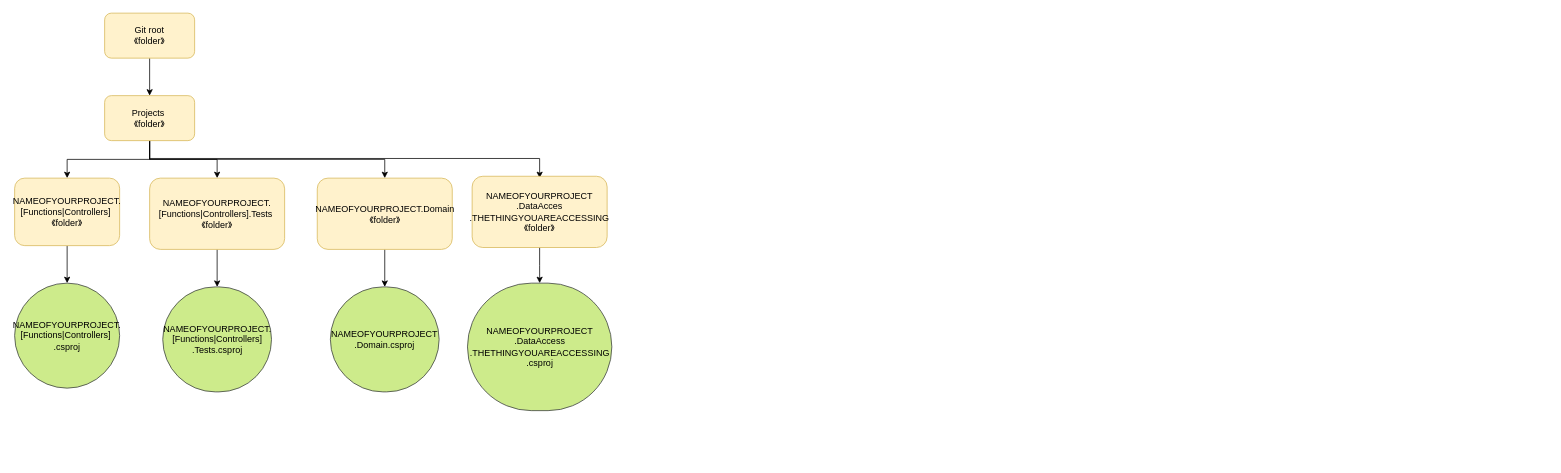
Before: Untitled Diagram.drawio in mhmast/hipsterheatmap, a draw.io diagram. Source tidied: cells renumbered, new cells numbered last; positions are measured from the earlier drawing's top-left corner, leaving out a move shared by most shapes. Both pictures are drawn from the tidied source at 75%, with x=0, y=0 at pixel (14, 13).
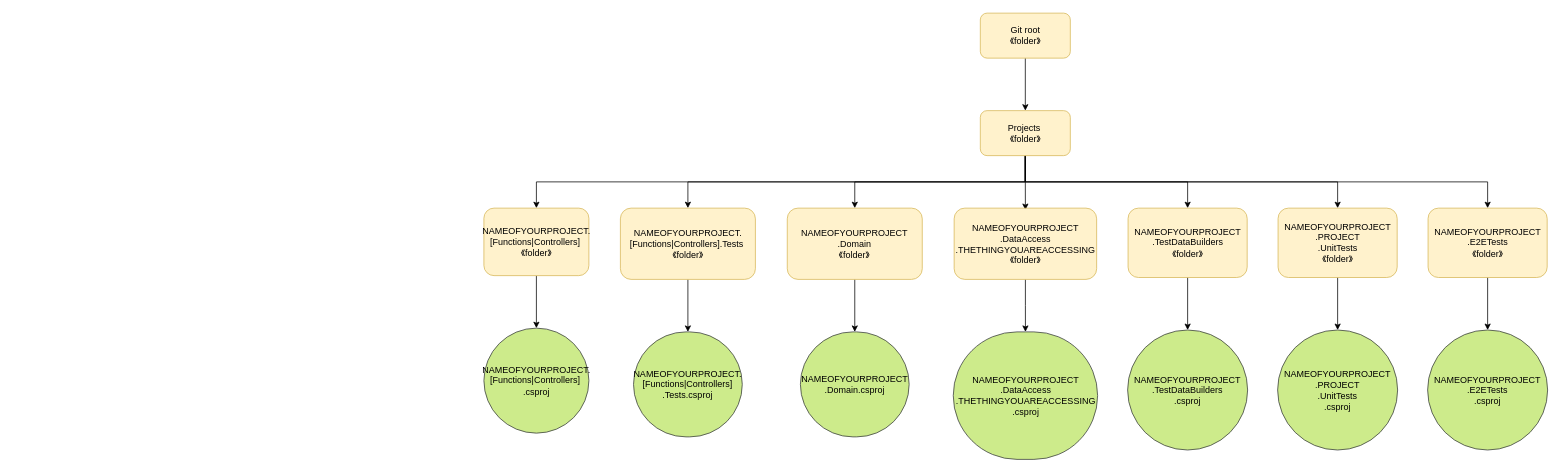
After the change.

Change to the diagram source:
```diff
@@
-    <mxCell id="2" style="edgeStyle=orthogonalEdgeStyle;rounded=0;jettySize=auto;html=1;noEdgeStyle=1;orthogonal=1;" parent="1" edge="1" source="3" target="8">
+    <mxCell id="2" style="edgeStyle=orthogonalEdgeStyle;rounded=0;jettySize=auto;html=1;orthogonal=1;" parent="1" edge="1" source="3" target="8">
       <mxGeometry relative="1" as="geometry" />
     </mxCell>
     <mxCell id="3" value="Git root &lt;br&gt;《folder》" style="rounded=1;whiteSpace=wrap;html=1;fillColor=#fff2cc;strokeColor=#d6b656;" parent="1" vertex="1">
-      <mxGeometry x="120" width="120" height="60" as="geometry" />
+      <mxGeometry x="1287.6" width="120" height="60" as="geometry" />
     </mxCell>
-    <mxCell id="4" style="edgeStyle=orthogonalEdgeStyle;rounded=0;jettySize=auto;html=1;" parent="1" edge="1" source="8" target="10">
+    <mxCell id="4" style="edgeStyle=orthogonalEdgeStyle;jettySize=auto;html=1;orthogonal=1;entryX=0.5;entryY=0;entryDx=0;entryDy=0;jumpStyle=none;rounded=0;snapToPoint=1;noJump=0;exitX=0.5;exitY=1;exitDx=0;exitDy=0;" parent="1" edge="1" source="8" target="10">
       <mxGeometry relative="1" as="geometry" />
     </mxCell>
-    <mxCell id="5" style="edgeStyle=orthogonalEdgeStyle;rounded=0;jettySize=auto;html=1;entryX=0.5;entryY=0;entryDx=0;entryDy=0;" parent="1" edge="1" source="8" target="12">
+    <mxCell id="5" style="edgeStyle=orthogonalEdgeStyle;rounded=0;jettySize=auto;html=1;entryX=0.5;entryY=0;entryDx=0;entryDy=0;orthogonal=1;exitX=0.5;exitY=1;exitDx=0;exitDy=0;" parent="1" edge="1" source="8" target="12">
       <mxGeometry relative="1" as="geometry" />
     </mxCell>
-    <mxCell id="6" style="edgeStyle=orthogonalEdgeStyle;rounded=0;jettySize=auto;html=1;entryX=0.5;entryY=0;entryDx=0;entryDy=0;exitX=0.5;exitY=1;exitDx=0;exitDy=0;" parent="1" edge="1" source="8" target="16">
+    <mxCell id="6" style="edgeStyle=orthogonalEdgeStyle;rounded=0;jettySize=auto;html=1;entryX=0.5;entryY=0;entryDx=0;entryDy=0;exitX=0.5;exitY=1;exitDx=0;exitDy=0;orthogonal=1;" parent="1" edge="1" source="8" target="16">
       <mxGeometry relative="1" as="geometry" />
     </mxCell>
-    <mxCell id="7" style="edgeStyle=orthogonalEdgeStyle;rounded=0;jettySize=auto;html=1;entryX=0.5;entryY=0.026;entryDx=0;entryDy=0;entryPerimeter=0;exitX=0.5;exitY=1;exitDx=0;exitDy=0;" parent="1" edge="1" source="8" target="19">
+    <mxCell id="7" style="edgeStyle=orthogonalEdgeStyle;rounded=0;jettySize=auto;html=1;entryX=0.5;entryY=0.026;entryDx=0;entryDy=0;entryPerimeter=0;exitX=0.5;exitY=1;exitDx=0;exitDy=0;orthogonal=1;" parent="1" edge="1" source="8" target="19">
       <mxGeometry relative="1" as="geometry" />
     </mxCell>
+    <mxCell id="21" style="edgeStyle=orthogonalEdgeStyle;rounded=0;jettySize=auto;html=1;entryX=0.5;entryY=0;entryDx=0;entryDy=0;exitX=0.5;exitY=1;exitDx=0;exitDy=0;orthogonal=1;" parent="1" edge="1" source="8" target="25">
+      <mxGeometry relative="1" as="geometry" />
+    </mxCell>
+    <mxCell id="22" style="edgeStyle=orthogonalEdgeStyle;rounded=0;jettySize=auto;html=1;exitX=0.5;exitY=1;exitDx=0;exitDy=0;orthogonal=1;" parent="1" edge="1" source="8" target="28">
+      <mxGeometry relative="1" as="geometry" />
+    </mxCell>
+    <mxCell id="23" style="edgeStyle=orthogonalEdgeStyle;rounded=0;jettySize=auto;html=1;exitX=0.5;exitY=1;exitDx=0;exitDy=0;orthogonal=1;" parent="1" edge="1" source="8" target="31">
+      <mxGeometry relative="1" as="geometry" />
+    </mxCell>
     <mxCell id="8" value="Projects&amp;nbsp;&lt;br&gt;《folder》" style="rounded=1;whiteSpace=wrap;html=1;fillColor=#fff2cc;strokeColor=#d6b656;" parent="1" vertex="1">
-      <mxGeometry x="120" y="110" width="120" height="60" as="geometry" />
+      <mxGeometry x="1287.6" y="130" width="120" height="60" as="geometry" />
     </mxCell>
-    <mxCell id="9" style="edgeStyle=orthogonalEdgeStyle;rounded=0;jettySize=auto;html=1;" parent="1" edge="1" source="10" target="13">
+    <mxCell id="9" style="edgeStyle=orthogonalEdgeStyle;rounded=0;jettySize=auto;html=1;orthogonal=1;" parent="1" edge="1" source="10" target="13">
       <mxGeometry relative="1" as="geometry" />
     </mxCell>
     <mxCell id="10" value="NAMEOFYOURPROJECT.[Functions|Controllers]&amp;nbsp;&lt;br&gt;《folder》" style="rounded=1;whiteSpace=wrap;html=1;fillColor=#fff2cc;strokeColor=#d6b656;" parent="1" vertex="1">
-      <mxGeometry y="220" width="140" height="90" as="geometry" />
+      <mxGeometry x="625.7" y="260" width="140" height="90" as="geometry" />
     </mxCell>
-    <mxCell id="11" style="edgeStyle=orthogonalEdgeStyle;rounded=0;jettySize=auto;html=1;entryX=0.5;entryY=0;entryDx=0;entryDy=0;" parent="1" edge="1" source="12" target="14">
+    <mxCell id="11" style="edgeStyle=orthogonalEdgeStyle;rounded=0;jettySize=auto;html=1;entryX=0.5;entryY=0;entryDx=0;entryDy=0;orthogonal=1;" parent="1" edge="1" source="12" target="14">
       <mxGeometry relative="1" as="geometry" />
     </mxCell>
     <mxCell id="12" value="NAMEOFYOURPROJECT.[Functions|Controllers].Tests&amp;nbsp;&lt;br&gt;《folder》" style="rounded=1;whiteSpace=wrap;html=1;fillColor=#fff2cc;strokeColor=#d6b656;comic=0;" parent="1" vertex="1">
-      <mxGeometry x="180" y="220" width="180" height="95" as="geometry" />
+      <mxGeometry x="807.7" y="260" width="180" height="95" as="geometry" />
     </mxCell>
     <mxCell id="13" value="NAMEOFYOURPROJECT.[Functions|Controllers]&amp;nbsp;&lt;br&gt;.csproj" style="rounded=1;whiteSpace=wrap;html=1;fillColor=#cdeb8b;strokeColor=#36393d;arcSize=50;" parent="1" vertex="1">
-      <mxGeometry y="360" width="140" height="140" as="geometry" />
+      <mxGeometry x="625.7" y="420" width="140" height="140" as="geometry" />
     </mxCell>
     <mxCell id="14" value="NAMEOFYOURPROJECT.[Functions|Controllers]&lt;br&gt;.Tests.csproj" style="rounded=1;whiteSpace=wrap;html=1;fillColor=#cdeb8b;strokeColor=#36393d;comic=0;arcSize=50;" parent="1" vertex="1">
-      <mxGeometry x="197.5" y="365" width="145" height="140" as="geometry" />
+      <mxGeometry x="825.2" y="425" width="145" height="140" as="geometry" />
     </mxCell>
-    <mxCell id="15" style="edgeStyle=orthogonalEdgeStyle;rounded=0;jettySize=auto;html=1;entryX=0.5;entryY=0;entryDx=0;entryDy=0;" parent="1" edge="1" source="16" target="17">
+    <mxCell id="15" style="edgeStyle=orthogonalEdgeStyle;rounded=0;jettySize=auto;html=1;entryX=0.5;entryY=0;entryDx=0;entryDy=0;orthogonal=1;exitX=0.5;exitY=1;exitDx=0;exitDy=0;" parent="1" edge="1" source="16" target="17">
       <mxGeometry relative="1" as="geometry" />
     </mxCell>
-    <mxCell id="16" value="NAMEOFYOURPROJECT.Domain&lt;br&gt;《folder》" style="rounded=1;whiteSpace=wrap;html=1;fillColor=#fff2cc;strokeColor=#d6b656;comic=0;" parent="1" vertex="1">
-      <mxGeometry x="403.5" y="220" width="180" height="95" as="geometry" />
+    <mxCell id="16" value="&lt;div&gt;NAMEOFYOURPROJECT&lt;/div&gt;&lt;div&gt;.Domain&lt;/div&gt;《folder》" style="rounded=1;whiteSpace=wrap;html=1;fillColor=#fff2cc;strokeColor=#d6b656;comic=0;" parent="1" vertex="1">
+      <mxGeometry x="1030.2" y="260" width="180" height="95" as="geometry" />
     </mxCell>
     <mxCell id="17" value="NAMEOFYOURPROJECT&lt;br&gt;.Domain.csproj" style="rounded=1;whiteSpace=wrap;html=1;fillColor=#cdeb8b;strokeColor=#36393d;comic=0;arcSize=50;" parent="1" vertex="1">
-      <mxGeometry x="421" y="365" width="145" height="140" as="geometry" />
+      <mxGeometry x="1047.7" y="425" width="145" height="140" as="geometry" />
     </mxCell>
-    <mxCell id="18" style="edgeStyle=orthogonalEdgeStyle;rounded=0;jettySize=auto;html=1;entryX=0.5;entryY=0;entryDx=0;entryDy=0;" parent="1" edge="1" source="19" target="20">
+    <mxCell id="18" style="edgeStyle=orthogonalEdgeStyle;rounded=0;jettySize=auto;html=1;entryX=0.5;entryY=0;entryDx=0;entryDy=0;orthogonal=1;exitX=0.5;exitY=1;exitDx=0;exitDy=0;" parent="1" edge="1" source="19" target="20">
       <mxGeometry relative="1" as="geometry" />
     </mxCell>
-    <mxCell id="19" value="NAMEOFYOURPROJECT&lt;br&gt;.DataAcces&lt;br&gt;.THETHINGYOUAREACCESSING&lt;br&gt;《folder》" style="rounded=1;whiteSpace=wrap;html=1;fillColor=#fff2cc;strokeColor=#d6b656;comic=0;" parent="1" vertex="1">
-      <mxGeometry x="610" y="217.5" width="180" height="95" as="geometry" />
+    <mxCell id="19" value="NAMEOFYOURPROJECT&lt;br&gt;.DataAccess&lt;br&gt;.THETHINGYOUAREACCESSING&lt;br&gt;《folder》" style="rounded=1;whiteSpace=wrap;html=1;fillColor=#fff2cc;strokeColor=#d6b656;comic=0;sketch=0;glass=0;shadow=0;" parent="1" vertex="1">
+      <mxGeometry x="1252.7" y="260" width="190" height="95" as="geometry" />
     </mxCell>
     <mxCell id="20" value="NAMEOFYOURPROJECT&lt;br&gt;.DataAccess&lt;br&gt;.THETHINGYOUAREACCESSING&lt;br&gt;.csproj" style="rounded=1;whiteSpace=wrap;html=1;fillColor=#cdeb8b;strokeColor=#36393d;comic=0;arcSize=50;" parent="1" vertex="1">
-      <mxGeometry x="603.8" y="360" width="192.5" height="170" as="geometry" />
+      <mxGeometry x="1251.5" y="425" width="192.5" height="170" as="geometry" />
     </mxCell>
+    <mxCell id="24" style="edgeStyle=orthogonalEdgeStyle;rounded=0;jettySize=auto;html=1;entryX=0.5;entryY=0;entryDx=0;entryDy=0;orthogonal=1;exitX=0.5;exitY=1;exitDx=0;exitDy=0;" parent="1" edge="1" source="25" target="26">
+      <mxGeometry relative="1" as="geometry" />
+    </mxCell>
+    <mxCell id="25" value="NAMEOFYOURPROJECT&lt;br&gt;.TestDataBuilders&lt;br&gt;《folder》" style="rounded=1;whiteSpace=wrap;html=1;fillColor=#fff2cc;strokeColor=#d6b656;comic=0;" parent="1" vertex="1">
+      <mxGeometry x="1484.6" y="260" width="158.8" height="92.5" as="geometry" />
+    </mxCell>
+    <mxCell id="26" value="NAMEOFYOURPROJECT&lt;br&gt;.TestDataBuilders&lt;br&gt;.csproj" style="rounded=1;whiteSpace=wrap;html=1;fillColor=#cdeb8b;strokeColor=#36393d;comic=0;arcSize=50;" parent="1" vertex="1">
+      <mxGeometry x="1484" y="422.5" width="160" height="160" as="geometry" />
+    </mxCell>
+    <mxCell id="27" style="edgeStyle=orthogonalEdgeStyle;rounded=0;jettySize=auto;html=1;entryX=0.5;entryY=0;entryDx=0;entryDy=0;orthogonal=1;" parent="1" edge="1" source="28" target="29">
+      <mxGeometry relative="1" as="geometry" />
+    </mxCell>
+    <mxCell id="28" value="NAMEOFYOURPROJECT&lt;br&gt;&lt;div&gt;.PROJECT&lt;/div&gt;&lt;div&gt;.UnitTests&lt;br&gt;&lt;/div&gt;《folder》" style="rounded=1;whiteSpace=wrap;html=1;fillColor=#fff2cc;strokeColor=#d6b656;comic=0;" parent="1" vertex="1">
+      <mxGeometry x="1684.6" y="260" width="158.8" height="92.5" as="geometry" />
+    </mxCell>
+    <mxCell id="29" value="NAMEOFYOURPROJECT&lt;br&gt;&lt;div&gt;.PROJECT&lt;/div&gt;.UnitTests&lt;br&gt;.csproj" style="rounded=1;whiteSpace=wrap;html=1;fillColor=#cdeb8b;strokeColor=#36393d;comic=0;arcSize=50;" parent="1" vertex="1">
+      <mxGeometry x="1684" y="422.5" width="160" height="160" as="geometry" />
+    </mxCell>
+    <mxCell id="30" style="edgeStyle=orthogonalEdgeStyle;rounded=0;jettySize=auto;html=1;entryX=0.5;entryY=0;entryDx=0;entryDy=0;orthogonal=1;" parent="1" edge="1" source="31" target="32">
+      <mxGeometry relative="1" as="geometry" />
+    </mxCell>
+    <mxCell id="31" value="NAMEOFYOURPROJECT&lt;br&gt;&lt;div&gt;.E2ETests&lt;/div&gt;《folder》" style="rounded=1;whiteSpace=wrap;html=1;fillColor=#fff2cc;strokeColor=#d6b656;comic=0;" parent="1" vertex="1">
+      <mxGeometry x="1884.6" y="260" width="158.8" height="92.5" as="geometry" />
+    </mxCell>
+    <mxCell id="32" value="NAMEOFYOURPROJECT&lt;br&gt;&lt;div&gt;.E2ETests&lt;br&gt;&lt;/div&gt;.csproj" style="rounded=1;whiteSpace=wrap;html=1;fillColor=#cdeb8b;strokeColor=#36393d;comic=0;arcSize=50;" parent="1" vertex="1">
+      <mxGeometry x="1884" y="422.5" width="160" height="160" as="geometry" />
+    </mxCell>
```
